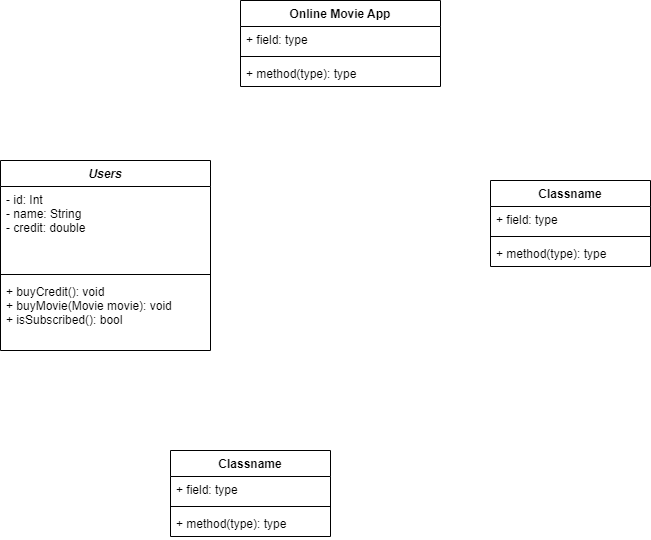
The draw.io diagram OnlineMovieApp.drawio.png in CanderenKaymak/KodluyoruzTestRepo, before a commit. Source tidied: cells renumbered, new cells last; positions are measured from the earlier drawing's top-left corner, leaving out a move shared by most shapes.
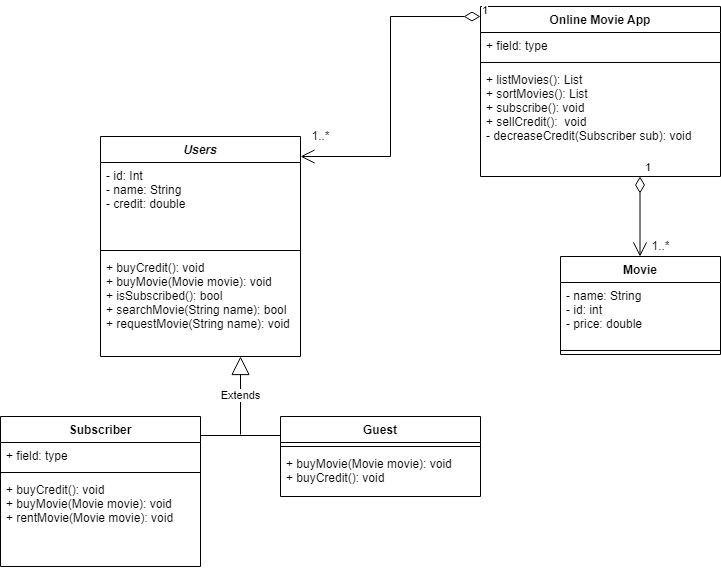
Above is the later version.

The edit, as a diff of the source:
```diff
@@ -2,53 +2,82 @@
   <root>
     <mxCell id="0" />
     <mxCell id="1" parent="0" />
-    <mxCell id="2" value="Classname" style="swimlane;fontStyle=1;align=center;verticalAlign=top;horizontal=1;startSize=26;" parent="1" vertex="1">
-      <mxGeometry x="170" y="450" width="160" height="86" as="geometry" />
+    <mxCell id="2" value="Subscriber" style="swimlane;fontStyle=1;align=center;verticalAlign=top;horizontal=1;startSize=26;" parent="1" vertex="1">
+      <mxGeometry y="400" width="200" height="150" as="geometry" />
     </mxCell>
     <mxCell id="3" value="+ field: type" style="text;strokeColor=none;fillColor=none;align=left;verticalAlign=top;spacingLeft=4;spacingRight=4;overflow=hidden;" parent="2" vertex="1">
-      <mxGeometry y="26" width="160" height="26" as="geometry" />
+      <mxGeometry y="26" width="200" height="26" as="geometry" />
     </mxCell>
     <mxCell id="4" style="line;strokeWidth=1;fillColor=none;align=left;verticalAlign=middle;spacingTop=-1;spacingLeft=3;spacingRight=3;labelPosition=right;" parent="2" vertex="1">
-      <mxGeometry y="52" width="160" height="8" as="geometry" />
+      <mxGeometry y="52" width="200" height="8" as="geometry" />
     </mxCell>
-    <mxCell id="5" value="+ method(type): type" style="text;strokeColor=none;fillColor=none;align=left;verticalAlign=top;spacingLeft=4;spacingRight=4;overflow=hidden;" parent="2" vertex="1">
-      <mxGeometry y="60" width="160" height="26" as="geometry" />
+    <mxCell id="5" value="+ buyCredit(): void&#10;+ buyMovie(Movie movie): void&#10;+ rentMovie(Movie movie): void" style="text;strokeColor=none;fillColor=none;align=left;verticalAlign=top;spacingLeft=4;spacingRight=4;overflow=hidden;" parent="2" vertex="1">
+      <mxGeometry y="60" width="200" height="90" as="geometry" />
     </mxCell>
-    <mxCell id="6" value="Classname" style="swimlane;fontStyle=1;align=center;verticalAlign=top;horizontal=1;startSize=26;" parent="1" vertex="1">
-      <mxGeometry x="490" y="180" width="160" height="86" as="geometry" />
+    <mxCell id="6" value="Guest" style="swimlane;fontStyle=1;align=center;verticalAlign=top;horizontal=1;startSize=26;" parent="1" vertex="1">
+      <mxGeometry x="280" y="400" width="200" height="80" as="geometry" />
     </mxCell>
-    <mxCell id="7" value="+ field: type" style="text;strokeColor=none;fillColor=none;align=left;verticalAlign=top;spacingLeft=4;spacingRight=4;overflow=hidden;" parent="6" vertex="1">
-      <mxGeometry y="26" width="160" height="26" as="geometry" />
-    </mxCell>
     <mxCell id="8" style="line;strokeWidth=1;fillColor=none;align=left;verticalAlign=middle;spacingTop=-1;spacingLeft=3;spacingRight=3;labelPosition=right;" parent="6" vertex="1">
-      <mxGeometry y="52" width="160" height="8" as="geometry" />
+      <mxGeometry y="26" width="200" height="8" as="geometry" />
     </mxCell>
-    <mxCell id="9" value="+ method(type): type" style="text;strokeColor=none;fillColor=none;align=left;verticalAlign=top;spacingLeft=4;spacingRight=4;overflow=hidden;" parent="6" vertex="1">
-      <mxGeometry y="60" width="160" height="26" as="geometry" />
+    <mxCell id="9" value="+ buyMovie(Movie movie): void&#10;+ buyCredit(): void" style="text;strokeColor=none;fillColor=none;align=left;verticalAlign=top;spacingLeft=4;spacingRight=4;overflow=hidden;" parent="6" vertex="1">
+      <mxGeometry y="34" width="200" height="46" as="geometry" />
     </mxCell>
     <mxCell id="10" value="Online Movie App" style="swimlane;fontStyle=1;align=center;verticalAlign=top;horizontal=1;startSize=26;" parent="1" vertex="1">
-      <mxGeometry x="240" width="200" height="86" as="geometry" />
+      <mxGeometry x="480" y="-10" width="240" height="170" as="geometry" />
     </mxCell>
     <mxCell id="11" value="+ field: type" style="text;strokeColor=none;fillColor=none;align=left;verticalAlign=top;spacingLeft=4;spacingRight=4;overflow=hidden;" parent="10" vertex="1">
-      <mxGeometry y="26" width="200" height="26" as="geometry" />
+      <mxGeometry y="26" width="240" height="26" as="geometry" />
     </mxCell>
     <mxCell id="12" style="line;strokeWidth=1;fillColor=none;align=left;verticalAlign=middle;spacingTop=-1;spacingLeft=3;spacingRight=3;labelPosition=right;" parent="10" vertex="1">
-      <mxGeometry y="52" width="200" height="8" as="geometry" />
+      <mxGeometry y="52" width="240" height="8" as="geometry" />
     </mxCell>
-    <mxCell id="13" value="+ method(type): type" style="text;strokeColor=none;fillColor=none;align=left;verticalAlign=top;spacingLeft=4;spacingRight=4;overflow=hidden;" parent="10" vertex="1">
-      <mxGeometry y="60" width="200" height="26" as="geometry" />
+    <mxCell id="13" value="+ listMovies(): List&#10;+ sortMovies(): List&#10;+ subscribe(): void&#10;+ sellCredit():  void&#10;- decreaseCredit(Subscriber sub): void" style="text;strokeColor=none;fillColor=none;align=left;verticalAlign=top;spacingLeft=4;spacingRight=4;overflow=hidden;" parent="10" vertex="1">
+      <mxGeometry y="60" width="240" height="110" as="geometry" />
     </mxCell>
     <mxCell id="14" value="Users" style="swimlane;fontStyle=3;align=center;verticalAlign=top;horizontal=1;startSize=26;" parent="1" vertex="1">
-      <mxGeometry y="160" width="210" height="190" as="geometry" />
+      <mxGeometry x="100" y="120" width="200" height="220" as="geometry" />
     </mxCell>
     <mxCell id="15" value="- id: Int&#10;- name: String&#10;- credit: double" style="text;strokeColor=none;fillColor=none;align=left;verticalAlign=top;spacingLeft=4;spacingRight=4;overflow=hidden;" parent="14" vertex="1">
-      <mxGeometry y="26" width="210" height="84" as="geometry" />
+      <mxGeometry y="26" width="200" height="84" as="geometry" />
     </mxCell>
     <mxCell id="16" style="line;strokeWidth=1;fillColor=none;align=left;verticalAlign=middle;spacingTop=-1;spacingLeft=3;spacingRight=3;labelPosition=right;" parent="14" vertex="1">
-      <mxGeometry y="110" width="210" height="8" as="geometry" />
+      <mxGeometry y="110" width="200" height="8" as="geometry" />
     </mxCell>
-    <mxCell id="17" value="+ buyCredit(): void&#10;+ buyMovie(Movie movie): void&#10;+ isSubscribed(): bool" style="text;strokeColor=none;fillColor=none;align=left;verticalAlign=top;spacingLeft=4;spacingRight=4;overflow=hidden;" parent="14" vertex="1">
-      <mxGeometry y="118" width="210" height="72" as="geometry" />
+    <mxCell id="17" value="+ buyCredit(): void&#10;+ buyMovie(Movie movie): void&#10;+ isSubscribed(): bool&#10;+ searchMovie(String name): bool&#10;+ requestMovie(String name): void" style="text;strokeColor=none;fillColor=none;align=left;verticalAlign=top;spacingLeft=4;spacingRight=4;overflow=hidden;" parent="14" vertex="1">
+      <mxGeometry y="118" width="200" height="102" as="geometry" />
     </mxCell>
+    <mxCell id="18" value="Movie" style="swimlane;fontStyle=1;align=center;verticalAlign=top;horizontal=1;startSize=26;" parent="1" vertex="1">
+      <mxGeometry x="560" y="240" width="160" height="98" as="geometry" />
+    </mxCell>
+    <mxCell id="19" value="- name: String&#10;- id: int&#10;- price: double" style="text;strokeColor=none;fillColor=none;align=left;verticalAlign=top;spacingLeft=4;spacingRight=4;overflow=hidden;" parent="18" vertex="1">
+      <mxGeometry y="26" width="160" height="64" as="geometry" />
+    </mxCell>
+    <mxCell id="20" style="line;strokeWidth=1;fillColor=none;align=left;verticalAlign=middle;spacingTop=-1;spacingLeft=3;spacingRight=3;labelPosition=right;" parent="18" vertex="1">
+      <mxGeometry y="90" width="160" height="8" as="geometry" />
+    </mxCell>
+    <mxCell id="21" value="Extends" style="endArrow=block;endSize=16;endFill=0;html=1;rounded=0;" parent="1" edge="1" source="22">
+      <mxGeometry relative="1" as="geometry">
+        <mxPoint x="240" y="340" as="targetPoint" />
+      </mxGeometry>
+    </mxCell>
+    <mxCell id="22" style="line;strokeWidth=1;fillColor=none;align=left;verticalAlign=middle;spacingTop=-1;spacingLeft=3;spacingRight=3;labelPosition=right;points=[];portConstraint=eastwest;" parent="1" vertex="1">
+      <mxGeometry x="200" y="418" width="80" height="2" as="geometry" />
+    </mxCell>
+    <mxCell id="23" value="1" style="endArrow=open;html=1;endSize=12;startArrow=diamondThin;startSize=14;startFill=0;edgeStyle=orthogonalEdgeStyle;align=left;verticalAlign=bottom;rounded=0;entryX=1;entryY=0.091;entryDx=0;entryDy=0;entryPerimeter=0;exitX=0;exitY=0.059;exitDx=0;exitDy=0;exitPerimeter=0;" parent="1" edge="1" source="10" target="14">
+      <mxGeometry x="-1" y="3" relative="1" as="geometry" />
+    </mxCell>
+    <mxCell id="24" value="1..*" style="text;html=1;align=center;verticalAlign=middle;strokeColor=none;fillColor=none;" parent="1" vertex="1">
+      <mxGeometry x="305" y="110" width="30" height="20" as="geometry" />
+    </mxCell>
+    <mxCell id="25" value="1" style="endArrow=open;html=1;endSize=12;startArrow=diamondThin;startSize=14;startFill=0;edgeStyle=orthogonalEdgeStyle;align=left;verticalAlign=bottom;rounded=0;" parent="1" edge="1">
+      <mxGeometry x="-1" y="3" relative="1" as="geometry">
+        <mxPoint x="639.5" y="160" as="sourcePoint" />
+        <mxPoint x="639.5" y="240" as="targetPoint" />
+      </mxGeometry>
+    </mxCell>
+    <mxCell id="26" value="1..*" style="text;html=1;align=center;verticalAlign=middle;strokeColor=none;fillColor=none;" parent="1" vertex="1">
+      <mxGeometry x="645" y="220" width="30" height="20" as="geometry" />
+    </mxCell>
   </root>
 </mxGraphModel>
```
